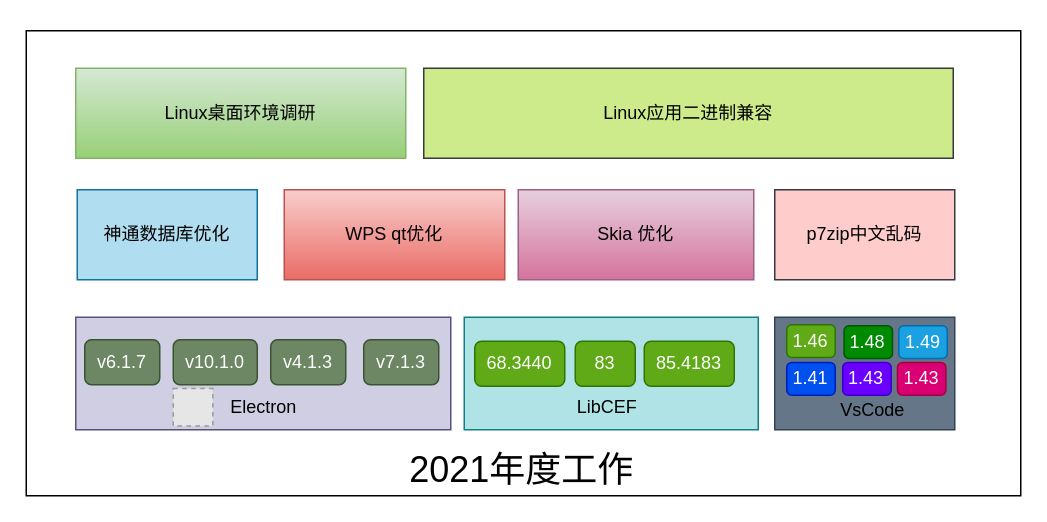
The draw.io diagram 年度工作.drawio in Doorer/draw.io-1, before the edit. Source tidied: cells renumbered, new cells numbered last; positions are measured from the earlier drawing's top-left corner, leaving out a move shared by most shapes. Both pictures are drawn from the tidied source at 150%, with x=0, y=0 at pixel (26, 30). Pictures stored in the file or linked from it are replaced by grey dashed boxes.
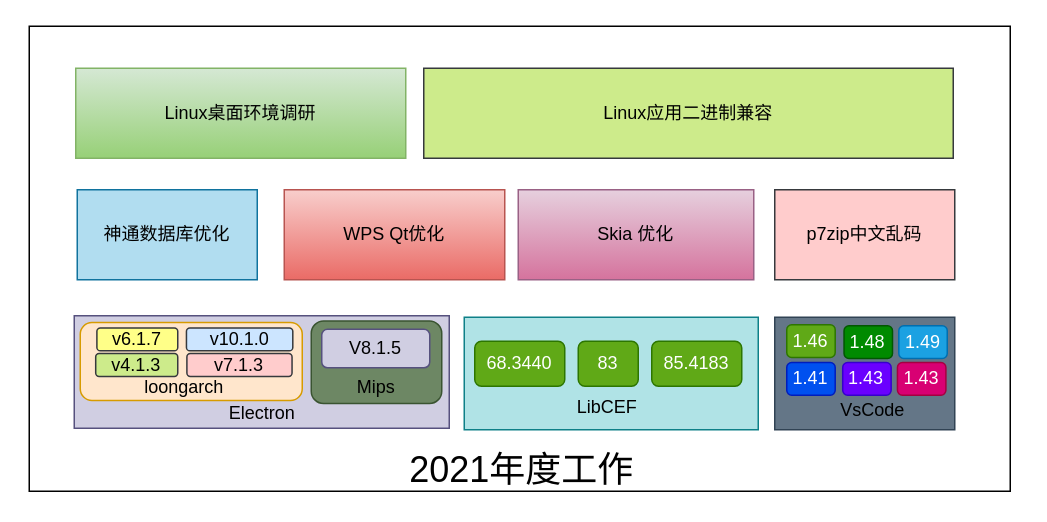
The same page after the edit.

Commit message (it also covers changes not shown here):
更新年度工作.drawio

Diff of the diagram source:
```diff
@@
     <mxCell id="2" style="rounded=0;whiteSpace=wrap;html=1;" parent="1" vertex="1">
-      <mxGeometry width="663" height="310" as="geometry" />
+      <mxGeometry x="2" y="-3" width="654" height="310" as="geometry" />
     </mxCell>
@@
-    <mxCell id="5" value="WPS qt优化" style="rounded=0;whiteSpace=wrap;html=1;fillColor=#f8cecc;strokeColor=#b85450;gradientColor=#ea6b66;" parent="1" vertex="1">
+    <mxCell id="5" value="WPS Qt优化" style="rounded=0;whiteSpace=wrap;html=1;fillColor=#f8cecc;strokeColor=#b85450;gradientColor=#ea6b66;" parent="1" vertex="1">
       <mxGeometry x="172" y="106" width="147" height="60" as="geometry" />
     </mxCell>
@@
-    <mxCell id="10" style="rounded=0;whiteSpace=wrap;html=1;fillColor=#d0cee2;strokeColor=#56517e;" parent="1" vertex="1">
-      <mxGeometry x="33" y="191" width="250" height="75" as="geometry" />
-    </mxCell>
-    <mxCell id="11" value="v6.1.7" style="rounded=1;whiteSpace=wrap;html=1;fillColor=#6d8764;strokeColor=#3A5431;fontColor=#ffffff;" parent="1" vertex="1">
-      <mxGeometry x="39" y="206" width="50" height="30" as="geometry" />
-    </mxCell>
-    <mxCell id="12" value="v10.1.0" style="rounded=1;whiteSpace=wrap;html=1;fillColor=#6d8764;strokeColor=#3A5431;fontColor=#ffffff;" parent="1" vertex="1">
-      <mxGeometry x="98" y="206" width="56" height="30" as="geometry" />
-    </mxCell>
-    <mxCell id="13" value="v4.1.3" style="rounded=1;whiteSpace=wrap;html=1;fillColor=#6d8764;strokeColor=#3A5431;fontColor=#ffffff;" parent="1" vertex="1">
-      <mxGeometry x="163" y="206" width="50" height="30" as="geometry" />
-    </mxCell>
-    <mxCell id="14" value="v7.1.3" style="rounded=1;whiteSpace=wrap;html=1;fillColor=#6d8764;strokeColor=#3A5431;fontColor=#ffffff;" parent="1" vertex="1">
-      <mxGeometry x="225" y="206" width="50" height="30" as="geometry" />
-    </mxCell>
-    <mxCell id="15" value="Electron" style="text;html=1;align=center;verticalAlign=middle;fillColor=none;strokeColor=none;rounded=0;" parent="1" vertex="1">
-      <mxGeometry x="128" y="241" width="60" height="20" as="geometry" />
-    </mxCell>
-    <mxCell id="16" style="fillColor=#E6E6E6;strokeColor=#999999;dashed=1;verticalLabelPosition=bottom;labelBackgroundColor=#ffffff;verticalAlign=top;" parent="1" vertex="1">
-      <mxGeometry x="98" y="238.5" width="26.4" height="25" as="geometry" />
-    </mxCell>
@@
     <mxCell id="19" value="83" style="rounded=1;whiteSpace=wrap;html=1;fillColor=#60a917;strokeColor=#2D7600;fontColor=#ffffff;" parent="1" vertex="1">
-      <mxGeometry x="366" y="207" width="40" height="30" as="geometry" />
+      <mxGeometry x="368" y="207" width="40" height="30" as="geometry" />
     </mxCell>
     <mxCell id="20" value="85.4183" style="rounded=1;whiteSpace=wrap;html=1;fillColor=#60a917;strokeColor=#2D7600;fontColor=#ffffff;" parent="1" vertex="1">
-      <mxGeometry x="412" y="207" width="60" height="30" as="geometry" />
+      <mxGeometry x="417" y="207" width="60" height="30" as="geometry" />
     </mxCell>
@@
+    <mxCell id="31" style="group;" parent="1" vertex="1">
+      <mxGeometry x="32" y="190" width="250" height="75" as="geometry" />
+    </mxCell>
+    <mxCell id="10" style="rounded=0;whiteSpace=wrap;html=1;fillColor=#d0cee2;strokeColor=#56517e;" parent="31" vertex="1">
+      <mxGeometry width="250" height="75" as="geometry" />
+    </mxCell>
+    <mxCell id="15" value="Electron" style="text;html=1;align=center;verticalAlign=middle;fillColor=none;strokeColor=none;rounded=0;" parent="31" vertex="1">
+      <mxGeometry x="95" y="55" width="60" height="20" as="geometry" />
+    </mxCell>
+    <mxCell id="32" style="group;" parent="31" vertex="1">
+      <mxGeometry x="4" y="4.5" width="148" height="52.8" as="geometry" />
+    </mxCell>
+    <mxCell id="33" style="rounded=1;whiteSpace=wrap;html=1;fontSize=24;fillColor=#ffe6cc;strokeColor=#d79b00;" parent="32" vertex="1">
+      <mxGeometry width="148" height="52" as="geometry" />
+    </mxCell>
+    <mxCell id="11" value="v6.1.7" style="rounded=1;whiteSpace=wrap;html=1;fillColor=#ffff88;strokeColor=#36393d;" parent="32" vertex="1">
+      <mxGeometry x="11.1" y="3.6" width="53.9" height="15.3" as="geometry" />
+    </mxCell>
+    <mxCell id="12" value="v10.1.0" style="rounded=1;whiteSpace=wrap;html=1;fillColor=#cce5ff;strokeColor=#36393d;" parent="32" vertex="1">
+      <mxGeometry x="70.8" y="3.6" width="70.9" height="15.3" as="geometry" />
+    </mxCell>
+    <mxCell id="13" value="v4.1.3" style="rounded=1;whiteSpace=wrap;html=1;fillColor=#cdeb8b;strokeColor=#36393d;" parent="32" vertex="1">
+      <mxGeometry x="10.3" y="20.7" width="54.7" height="15.3" as="geometry" />
+    </mxCell>
+    <mxCell id="14" value="v7.1.3" style="rounded=1;whiteSpace=wrap;html=1;fillColor=#ffcccc;strokeColor=#36393d;" parent="32" vertex="1">
+      <mxGeometry x="71.1" y="20.7" width="70.1" height="15.3" as="geometry" />
+    </mxCell>
+    <mxCell id="34" value="loongarch" style="text;html=1;align=center;verticalAlign=middle;fillColor=none;strokeColor=none;rounded=0;fontSize=12;fontColor=#000000;" parent="32" vertex="1">
+      <mxGeometry x="37.5" y="34.8" width="63" height="18" as="geometry" />
+    </mxCell>
+    <mxCell id="35" style="group;" parent="31" vertex="1">
+      <mxGeometry x="158" y="3.5" width="87" height="55" as="geometry" />
+    </mxCell>
+    <mxCell id="36" style="rounded=1;whiteSpace=wrap;html=1;fontSize=12;fontColor=#ffffff;fillColor=#6d8764;strokeColor=#3A5431;" parent="35" vertex="1">
+      <mxGeometry width="87" height="55" as="geometry" />
+    </mxCell>
+    <mxCell id="37" value="V8.1.5" style="rounded=1;whiteSpace=wrap;html=1;fontSize=12;fillColor=#d0cee2;strokeColor=#56517e;" parent="35" vertex="1">
+      <mxGeometry x="7" y="5.5" width="72" height="25.7" as="geometry" />
+    </mxCell>
+    <mxCell id="38" value="Mips" style="text;html=1;align=center;verticalAlign=middle;fillColor=none;strokeColor=none;rounded=0;fontSize=12;fontColor=#000000;" parent="35" vertex="1">
+      <mxGeometry x="25.5" y="35.8" width="35" height="18" as="geometry" />
+    </mxCell>
```
